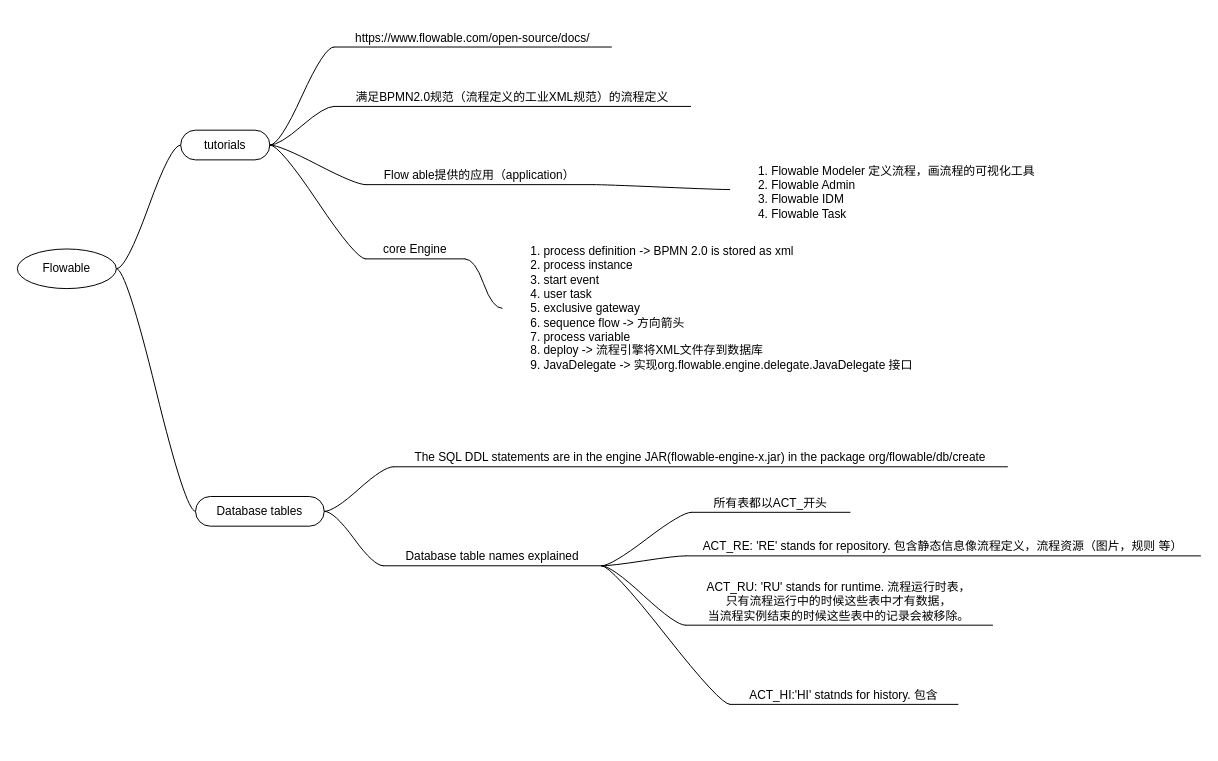
Before: Flowable-engine.drawio in XiongZen/springLearn, a draw.io diagram. Source tidied: cells renumbered, new cells numbered last; positions are measured from the earlier drawing's top-left corner, leaving out a move shared by most shapes. Both pictures are drawn from the tidied source at 99%, with x=0, y=0 at pixel (17, 17).
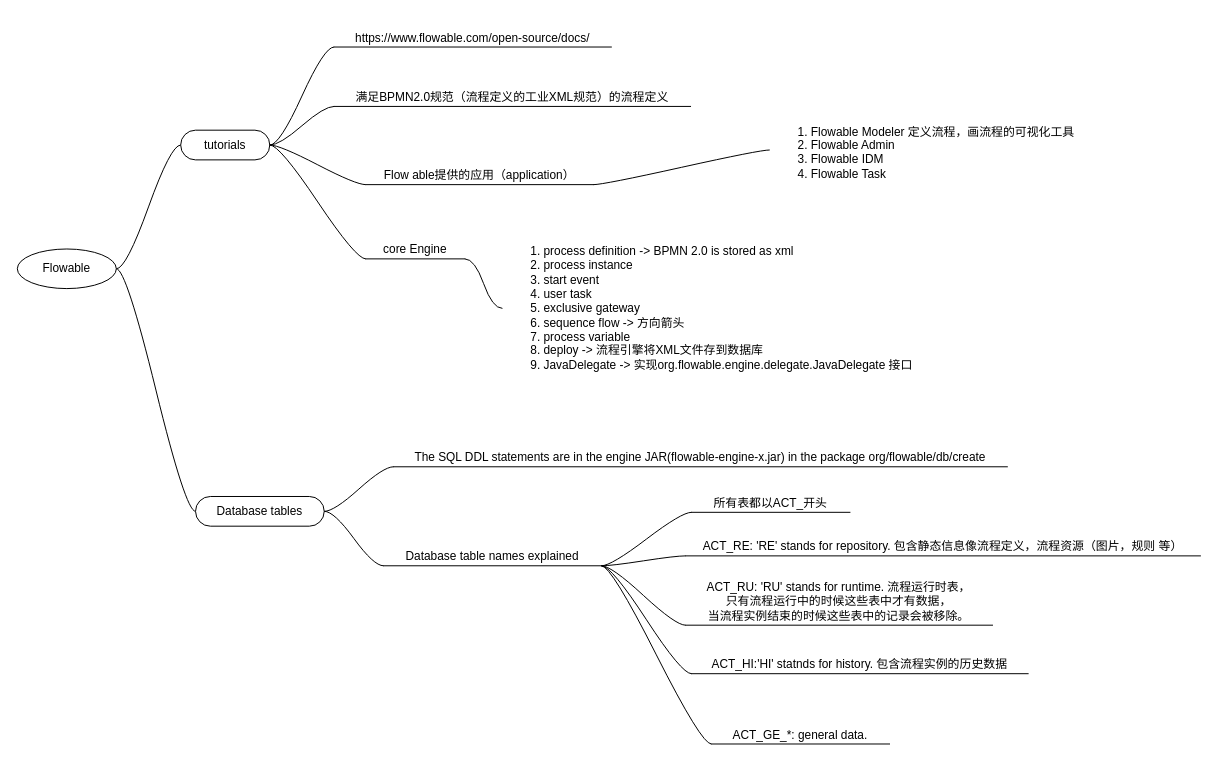
Above is the later version.

The change refers to these unchanged cells:
```xml
<mxCell id="25" value="Database table names explained" style="whiteSpace=wrap;html=1;shape=partialRectangle;top=0;left=0;bottom=1;right=0;points=[[0,1],[1,1]];fillColor=none;align=center;verticalAlign=bottom;routingCenterY=0.5;snapToPoint=1;newEdgeStyle={&quot;edgeStyle&quot;:&quot;entityRelationEdgeStyle&quot;,&quot;startArrow&quot;:&quot;none&quot;,&quot;endArrow&quot;:&quot;none&quot;,&quot;segment&quot;:10,&quot;curved&quot;:1,&quot;sourcePerimeterSpacing&quot;:0,&quot;targetPerimeterSpacing&quot;:0};" parent="1" vertex="1">
  <mxGeometry x="370" y="524" width="220" height="30" as="geometry" />
</mxCell>
```

Change to the diagram source:
```diff
@@
     <mxCell id="16" value="&lt;ol&gt;&lt;li&gt;Flowable Modeler 定义流程，画流程的可视化工具&lt;/li&gt;&lt;li&gt;Flowable Admin&lt;/li&gt;&lt;li&gt;Flowable IDM&lt;/li&gt;&lt;li&gt;Flowable Task&lt;/li&gt;&lt;/ol&gt;" style="text;strokeColor=none;fillColor=none;html=1;whiteSpace=wrap;verticalAlign=middle;overflow=hidden;" parent="1" vertex="1">
-      <mxGeometry x="720" y="134" width="320" height="80" as="geometry" />
+      <mxGeometry x="760" y="94" width="320" height="80" as="geometry" />
     </mxCell>
@@
+    <mxCell id="31" style="edgeStyle=entityRelationEdgeStyle;rounded=0;jettySize=auto;html=1;startArrow=none;endArrow=none;segment=10;curved=1;sourcePerimeterSpacing=0;targetPerimeterSpacing=0;" parent="1" edge="1" source="25" target="32">
+      <mxGeometry relative="1" as="geometry" />
+    </mxCell>
@@
-    <mxCell id="30" value="ACT_HI:'HI' statnds for history. 包含" style="whiteSpace=wrap;html=1;shape=partialRectangle;top=0;left=0;bottom=1;right=0;points=[[0,1],[1,1]];fillColor=none;align=center;verticalAlign=bottom;routingCenterY=0.5;snapToPoint=1;newEdgeStyle={&quot;edgeStyle&quot;:&quot;entityRelationEdgeStyle&quot;,&quot;startArrow&quot;:&quot;none&quot;,&quot;endArrow&quot;:&quot;none&quot;,&quot;segment&quot;:10,&quot;curved&quot;:1,&quot;sourcePerimeterSpacing&quot;:0,&quot;targetPerimeterSpacing&quot;:0};" parent="1" vertex="1">
-      <mxGeometry x="720" y="664" width="230" height="30" as="geometry" />
+    <mxCell id="30" value="ACT_HI:'HI' statnds for history. 包含流程实例的历史数据" style="whiteSpace=wrap;html=1;shape=partialRectangle;top=0;left=0;bottom=1;right=0;points=[[0,1],[1,1]];fillColor=none;align=center;verticalAlign=bottom;routingCenterY=0.5;snapToPoint=1;newEdgeStyle={&quot;edgeStyle&quot;:&quot;entityRelationEdgeStyle&quot;,&quot;startArrow&quot;:&quot;none&quot;,&quot;endArrow&quot;:&quot;none&quot;,&quot;segment&quot;:10,&quot;curved&quot;:1,&quot;sourcePerimeterSpacing&quot;:0,&quot;targetPerimeterSpacing&quot;:0};" parent="1" vertex="1">
+      <mxGeometry x="681" y="633" width="340" height="30" as="geometry" />
     </mxCell>
+    <mxCell id="32" value="ACT_GE_*: general data." style="whiteSpace=wrap;html=1;shape=partialRectangle;top=0;left=0;bottom=1;right=0;points=[[0,1],[1,1]];fillColor=none;align=center;verticalAlign=bottom;routingCenterY=0.5;snapToPoint=1;newEdgeStyle={&quot;edgeStyle&quot;:&quot;entityRelationEdgeStyle&quot;,&quot;startArrow&quot;:&quot;none&quot;,&quot;endArrow&quot;:&quot;none&quot;,&quot;segment&quot;:10,&quot;curved&quot;:1,&quot;sourcePerimeterSpacing&quot;:0,&quot;targetPerimeterSpacing&quot;:0};" parent="1" vertex="1">
+      <mxGeometry x="701" y="704" width="180" height="30" as="geometry" />
+    </mxCell>
```
